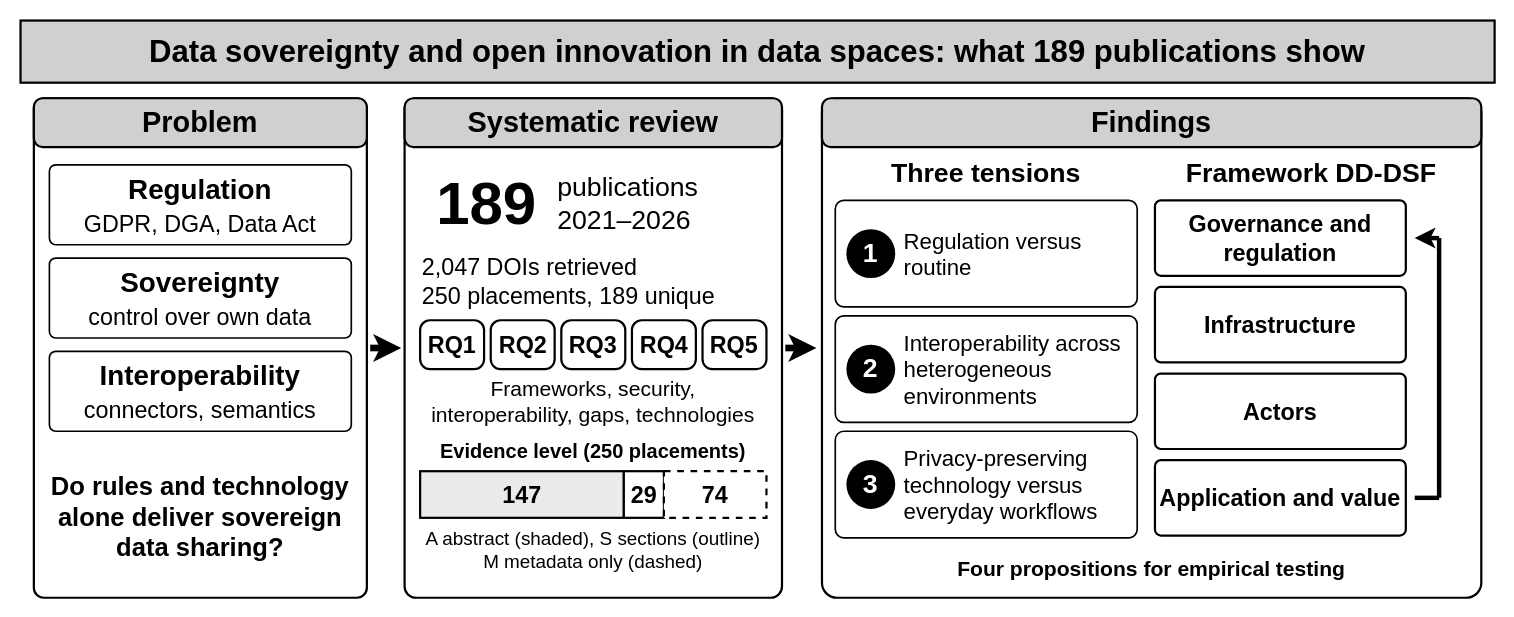
Above: figures/graphical_abstract.drawio in egagraha/slr-dataspace (draw.io), before the change. Source tidied: cells renumbered, new cells numbered last; positions are measured from the earlier drawing's top-left corner, leaving out a move shared by most shapes. Both pictures are drawn from the tidied source at 111%, with x=0, y=0 at pixel (20, 20).
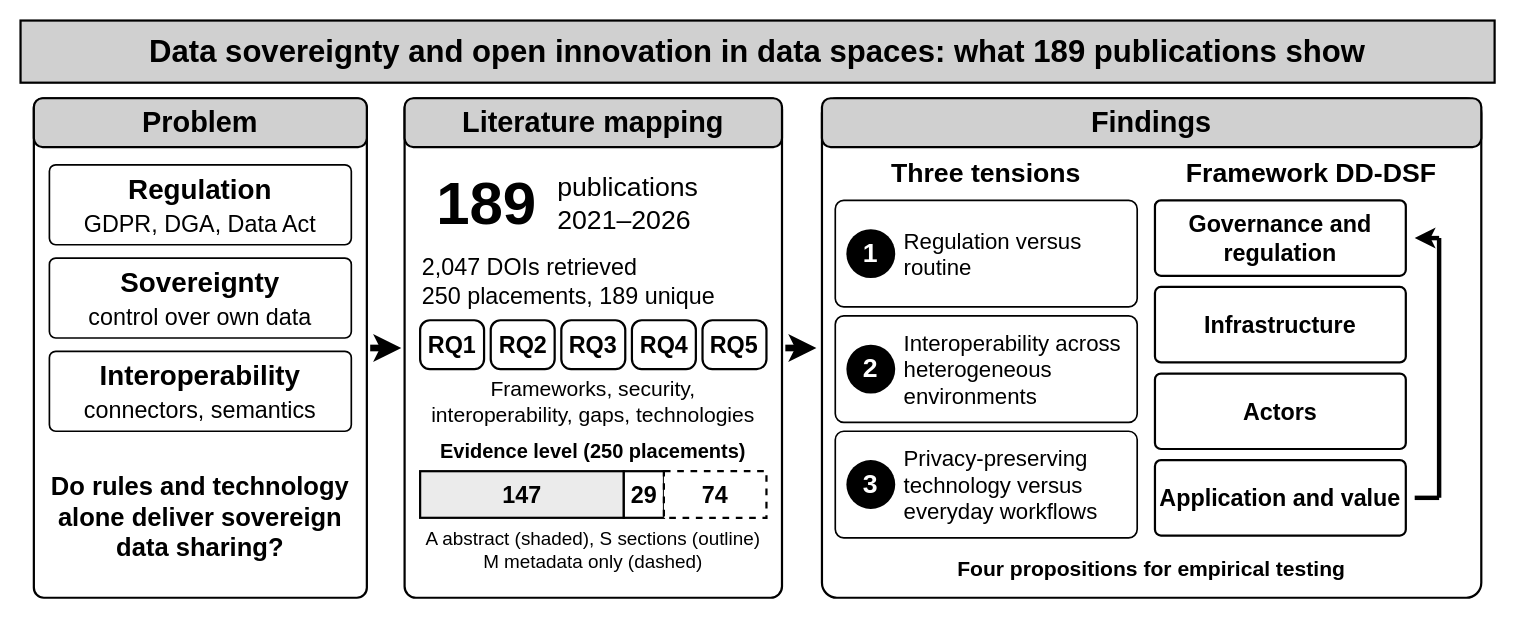
The same page after the edit.

Commit message (it also covers changes not shown here):
Revision after internal review: method name and Figure 5 process

The edit, as a diff of the source:
```diff
@@
-    <mxCell id="11" value="Systematic review" style="rounded=1;whiteSpace=wrap;html=1;fillColor=#D0D0D0;strokeColor=#000000;strokeWidth=2;fontFamily=Helvetica;fontSize=26;fontColor=#000000;fontStyle=1;align=center;verticalAlign=middle;dashed=0;arcSize=18;" parent="1" vertex="1">
+    <mxCell id="11" value="Literature mapping" style="rounded=1;whiteSpace=wrap;html=1;fillColor=#D0D0D0;strokeColor=#000000;strokeWidth=2;fontFamily=Helvetica;fontSize=26;fontColor=#000000;fontStyle=1;align=center;verticalAlign=middle;dashed=0;arcSize=18;" parent="1" vertex="1">
       <mxGeometry x="346" y="70" width="340" height="44" as="geometry" />
     </mxCell>
```
